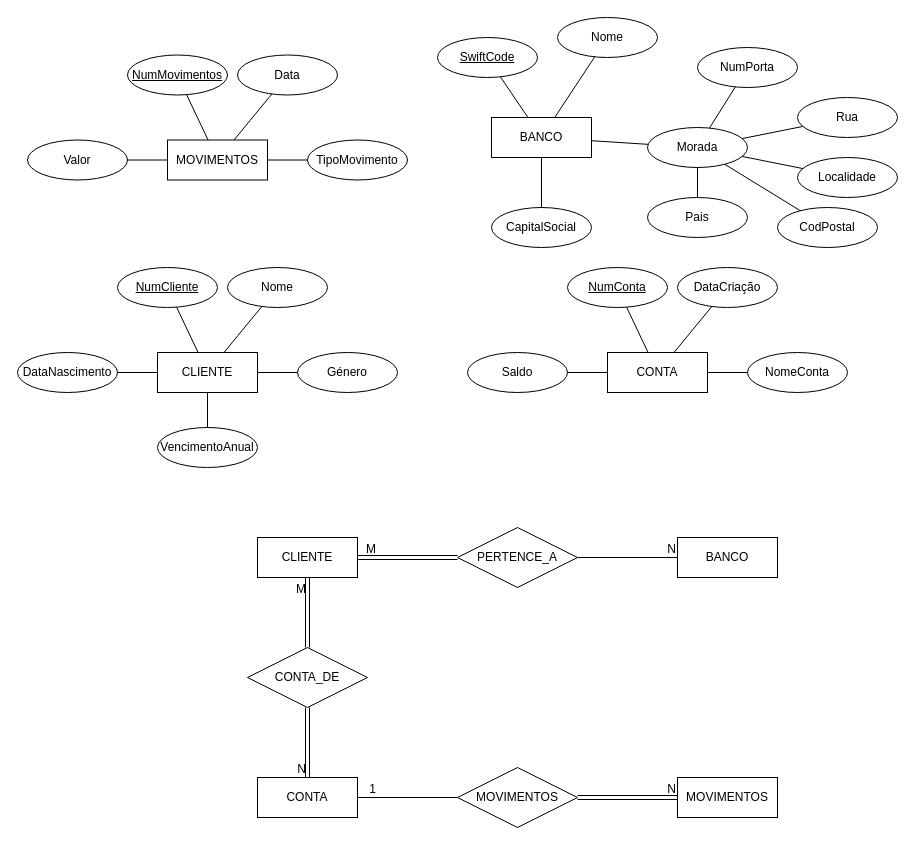
Earlier version of the draw.io diagram Diagrama_Banco.drawio (a14469oficina/Diagrama). Source tidied: cells renumbered, new cells numbered last; positions are measured from the earlier drawing's top-left corner, leaving out a move shared by most shapes. Both pictures are drawn from the tidied source at 100%, with x=0, y=0 at pixel (17, 17).
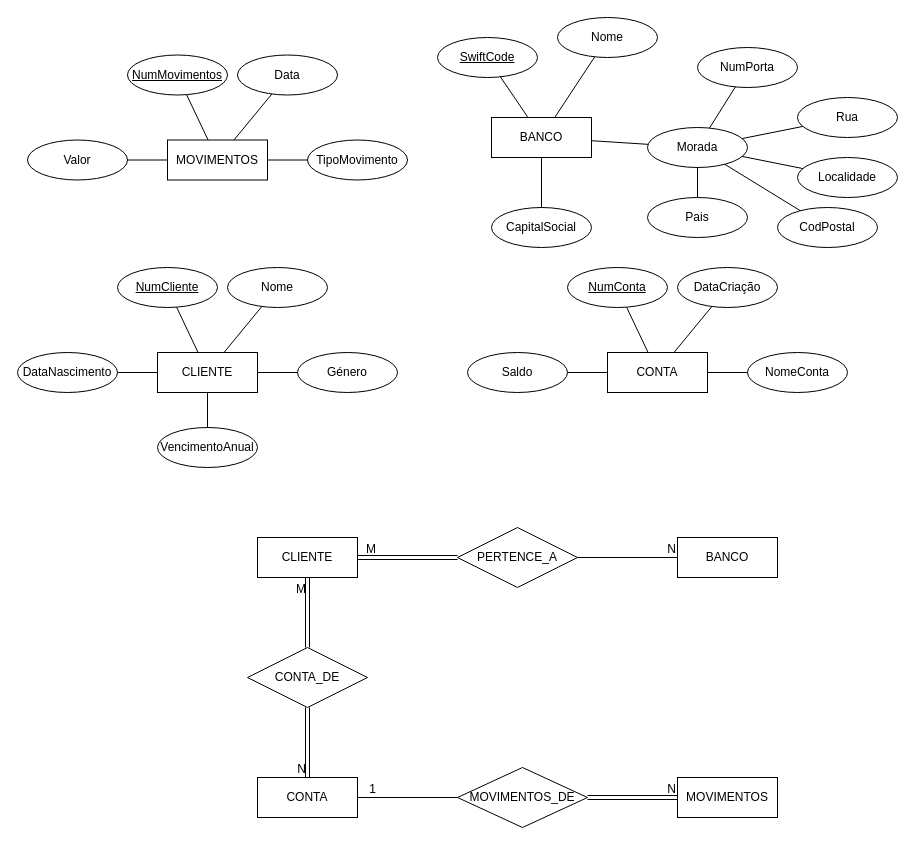
Above is the later version.

What changed in the source:
```diff
@@
-    <mxCell id="64" value="MOVIMENTOS" style="shape=rhombus;perimeter=rhombusPerimeter;whiteSpace=wrap;html=1;align=center;" parent="1" vertex="1">
-      <mxGeometry x="440" y="750" width="120" height="60" as="geometry" />
+    <mxCell id="64" value="MOVIMENTOS_DE" style="shape=rhombus;perimeter=rhombusPerimeter;whiteSpace=wrap;html=1;align=center;" parent="1" vertex="1">
+      <mxGeometry x="440" y="750" width="130" height="60" as="geometry" />
     </mxCell>
```
